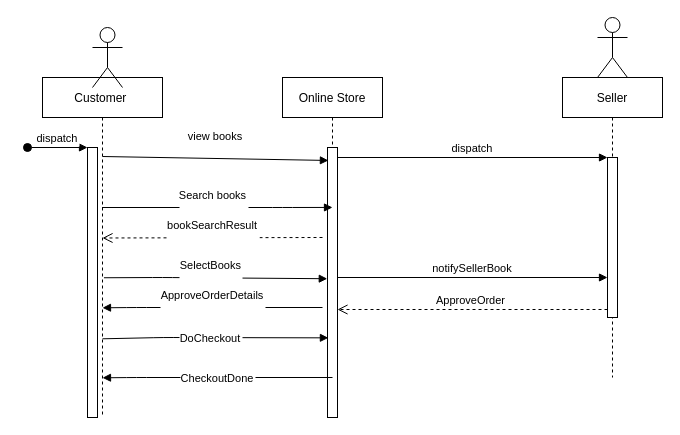
The draw.io diagram Untitled Diagram.drawio in hadeelsala7/Sequence-Diagram, before the edit. Source tidied: cells renumbered, new cells numbered last; positions are measured from the earlier drawing's top-left corner, leaving out a move shared by most shapes. Both pictures are drawn from the tidied source at 100%, with x=0, y=0 at pixel (27, 17).
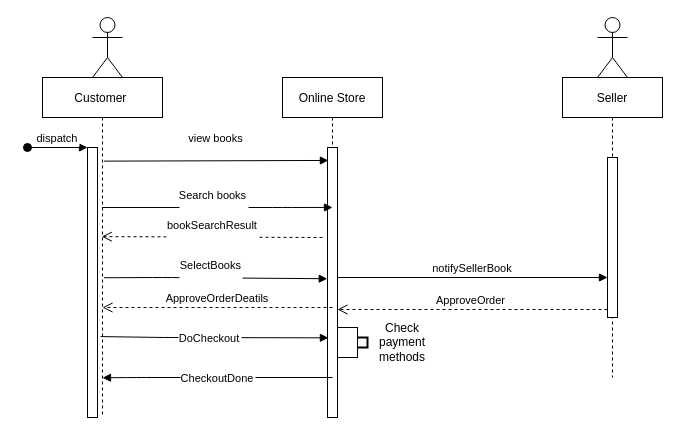
The same page after the edit.

The change refers to these unchanged cells:
```xml
<mxCell id="3" style="points=[];perimeter=orthogonalPerimeter;rounded=0;shadow=0;strokeWidth=1;" parent="2" vertex="1">
  <mxGeometry x="45" y="70" width="10" height="270" as="geometry" />
</mxCell>
<mxCell id="5" style="points=[];perimeter=orthogonalPerimeter;rounded=0;shadow=0;strokeWidth=1;" parent="4" vertex="1">
  <mxGeometry x="45" y="80" width="10" height="160" as="geometry" />
</mxCell>
<mxCell id="8" value="Customer " style="shape=umlLifeline;perimeter=lifelinePerimeter;rounded=0;shadow=0;strokeWidth=1;" parent="1" vertex="1">
  <mxGeometry x="15" y="60" width="120" height="340" as="geometry" />
</mxCell>
```

Diff of the diagram source:
```diff
@@
-    <mxCell id="7" value="dispatch" style="verticalAlign=bottom;endArrow=block;entryX=0;entryY=0;shadow=0;strokeWidth=1;" parent="1" edge="1" source="3" target="5">
-      <mxGeometry relative="1" as="geometry" />
-    </mxCell>
@@
     <mxCell id="12" style="shape=umlActor;verticalLabelPosition=bottom;verticalAlign=top;html=1;" parent="1" vertex="1">
-      <mxGeometry x="65" y="10" width="30" height="60" as="geometry" />
+      <mxGeometry x="65" width="30" height="60" as="geometry" />
     </mxCell>
-    <mxCell id="13" value="view books&#10;" style="verticalAlign=bottom;endArrow=block;shadow=0;strokeWidth=1;entryX=0.09;entryY=0.048;entryDx=0;entryDy=0;entryPerimeter=0;" parent="1" edge="1" target="3">
-      <mxGeometry relative="1" as="geometry">
-        <mxPoint x="75" y="139" as="sourcePoint" />
-      </mxGeometry>
+    <mxCell id="13" value="view books&#10;" style="verticalAlign=bottom;endArrow=block;shadow=0;strokeWidth=1;entryX=0.09;entryY=0.048;entryDx=0;entryDy=0;entryPerimeter=0;exitX=0.512;exitY=0.246;exitDx=0;exitDy=0;exitPerimeter=0;" parent="1" edge="1" source="8" target="3">
+      <mxGeometry relative="1" as="geometry" />
     </mxCell>
@@
-    <mxCell id="16" value="bookSearchResult&#10;" style="verticalAlign=bottom;endArrow=open;dashed=1;endSize=8;shadow=0;strokeWidth=1;" parent="1" edge="1">
+    <mxCell id="16" value="bookSearchResult&#10;" style="verticalAlign=bottom;endArrow=open;dashed=1;endSize=8;shadow=0;strokeWidth=1;entryX=0.494;entryY=0.468;entryDx=0;entryDy=0;entryPerimeter=0;" parent="1" edge="1" target="8">
       <mxGeometry y="10" relative="1" as="geometry">
         <mxPoint x="295" y="220" as="sourcePoint" />
-        <mxPoint x="75" y="220.5" as="targetPoint" />
       </mxGeometry>
     </mxCell>
@@
-    <mxCell id="18" value="ApproveOrderDetails&#10;" style="verticalAlign=bottom;endArrow=block;entryX=1.09;entryY=0.528;shadow=0;strokeWidth=1;entryDx=0;entryDy=0;entryPerimeter=0;" parent="1" edge="1">
-      <mxGeometry y="10" relative="1" as="geometry">
-        <mxPoint x="295" y="290" as="sourcePoint" />
-        <mxPoint x="75" y="290.3" as="targetPoint" />
-        <Array as="points">
-          <mxPoint x="109.1" y="290" />
-        </Array>
-      </mxGeometry>
-    </mxCell>
-    <mxCell id="19" value="DoCheckout" style="verticalAlign=bottom;endArrow=block;shadow=0;strokeWidth=1;exitX=0.494;exitY=0.694;exitDx=0;exitDy=0;exitPerimeter=0;entryX=0.09;entryY=0.705;entryDx=0;entryDy=0;entryPerimeter=0;" parent="1" edge="1" target="3">
+    <mxCell id="19" value="DoCheckout" style="verticalAlign=bottom;endArrow=block;shadow=0;strokeWidth=1;exitX=0.484;exitY=0.762;exitDx=0;exitDy=0;exitPerimeter=0;entryX=0.09;entryY=0.705;entryDx=0;entryDy=0;entryPerimeter=0;" parent="1" edge="1" source="8" target="3">
       <mxGeometry x="-0.04" y="-10" relative="1" as="geometry">
-        <mxPoint x="75" y="321.3" as="sourcePoint" />
         <Array as="points">
           <mxPoint x="135.7" y="320" />
         </Array>
       </mxGeometry>
     </mxCell>
@@
+    <mxCell id="21" style="strokeWidth=2;html=1;shape=mxgraph.flowchart.annotation_1;align=left;rotation=-180;" parent="1" vertex="1">
+      <mxGeometry x="330" y="320" width="10" height="10" as="geometry" />
+    </mxCell>
+    <mxCell id="22" style="rounded=0;whiteSpace=wrap;html=1;" parent="1" vertex="1">
+      <mxGeometry x="310" y="310" width="20" height="30" as="geometry" />
+    </mxCell>
+    <mxCell id="23" value="Check payment methods&lt;br&gt;" style="text;html=1;strokeColor=none;fillColor=none;align=center;verticalAlign=middle;whiteSpace=wrap;rounded=0;" parent="1" vertex="1">
+      <mxGeometry x="355" y="315" width="40" height="20" as="geometry" />
+    </mxCell>
+    <mxCell id="24" value="ApproveOrderDeatils" style="verticalAlign=bottom;endArrow=open;dashed=1;endSize=8;exitX=0;exitY=0.95;shadow=0;strokeWidth=1;" parent="1" edge="1">
+      <mxGeometry relative="1" as="geometry">
+        <mxPoint x="305" y="290" as="sourcePoint" />
+        <mxPoint x="75" y="290" as="targetPoint" />
+      </mxGeometry>
+    </mxCell>
```
